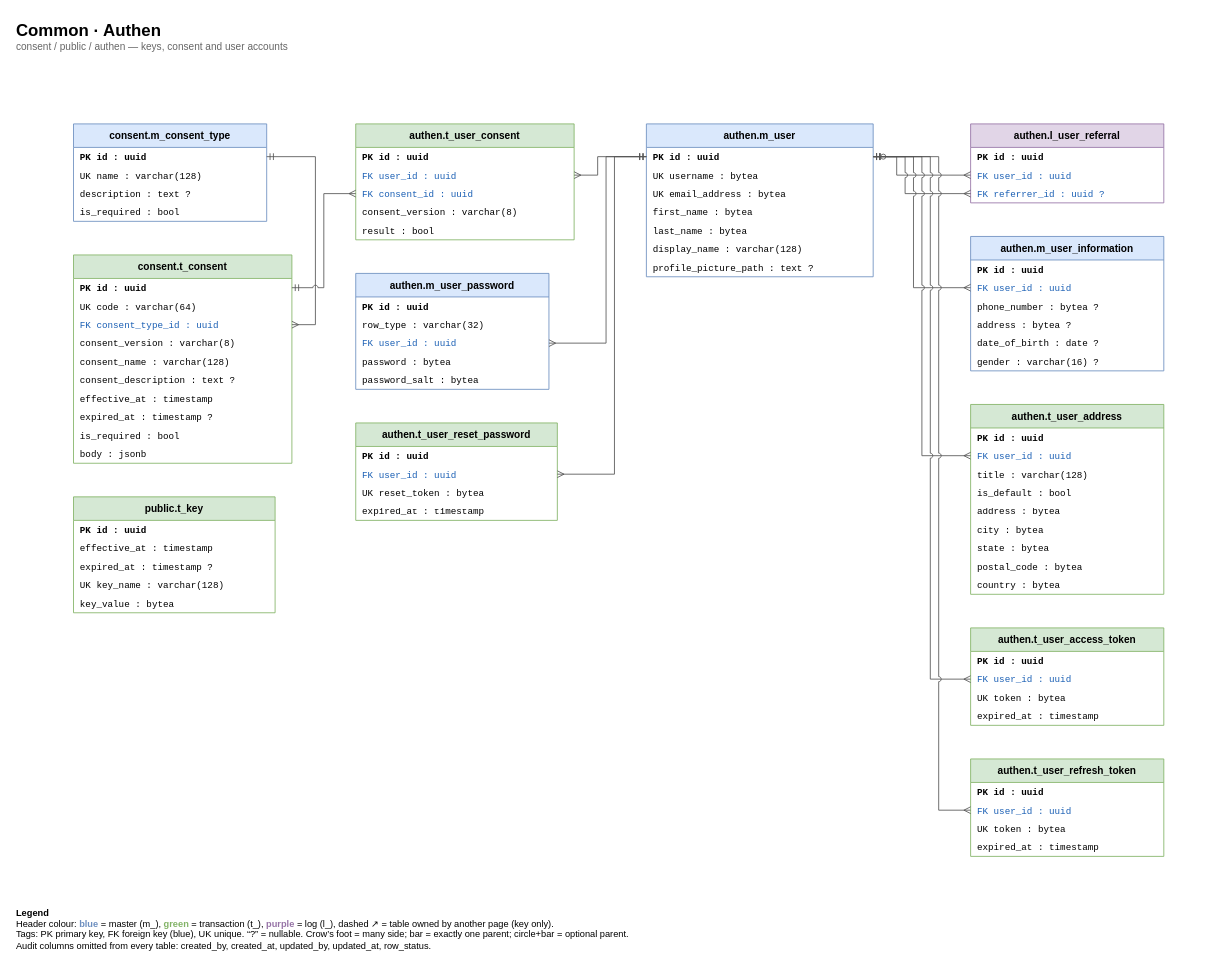
ittikornsopawan/system-analysis-and-design keeps this draw.io diagram as page "1 Common · Authen" (2 of 8) of e-commerce/db/er-diagram.drawio. Above is the earlier version. Source tidied: cells renumbered, new cells numbered last; positions are measured from the earlier drawing's top-left corner, leaving out a move shared by most shapes. Both pictures are drawn from the tidied source at 84%, with x=0, y=0 at pixel (14, 14).
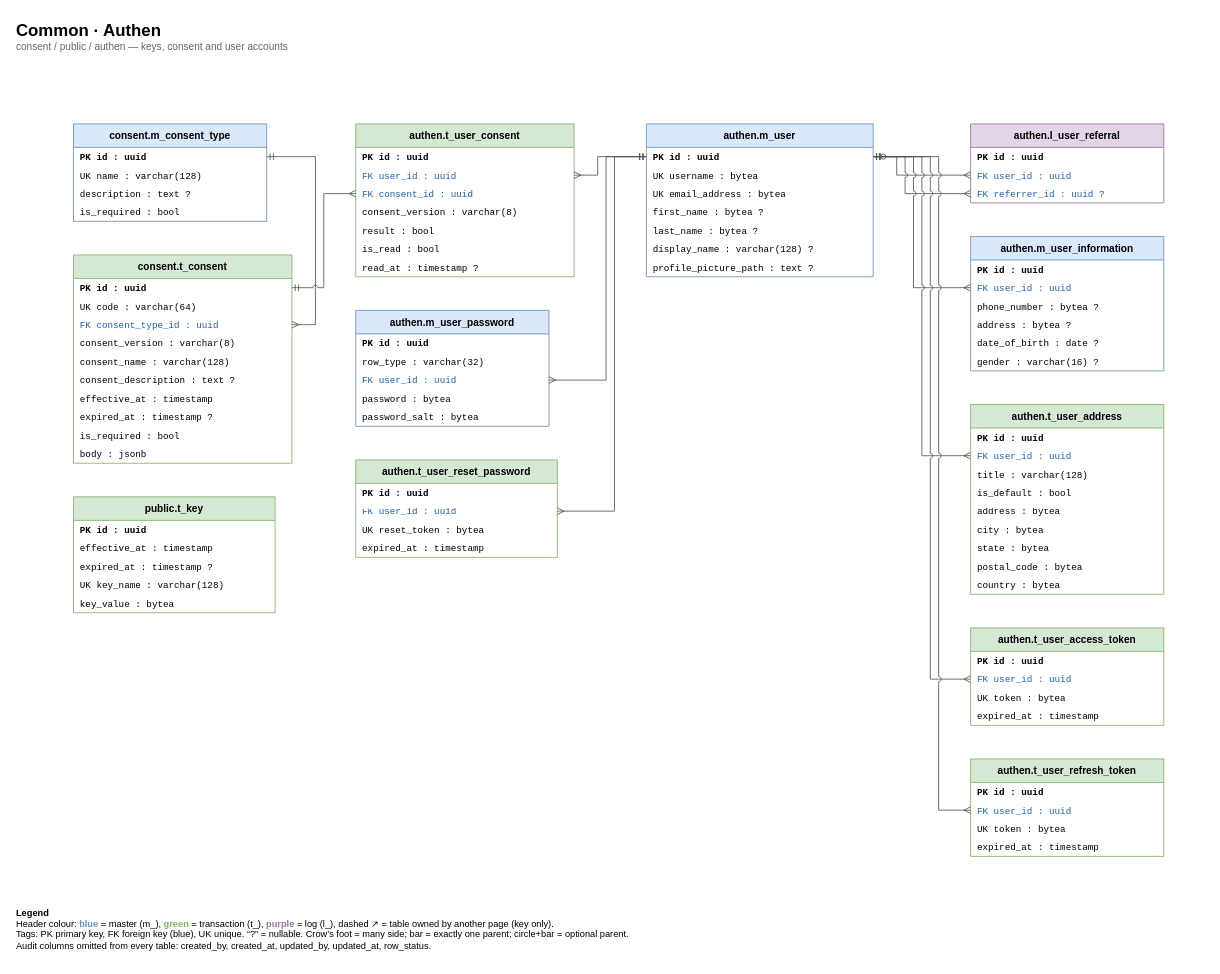
The same page after the edit.

Unchanged cells that the change refers to:
```xml
<mxCell id="34" value="FK    user_id : uuid" style="text;html=0;strokeColor=none;fillColor=none;align=left;verticalAlign=middle;spacingLeft=6;spacingRight=4;overflow=hidden;whiteSpace=nowrap;fontFamily=Courier New;fontSize=11;fontColor=#1a5fb4;" parent="31" vertex="1">
  <mxGeometry y="72" width="230" height="22" as="geometry" />
</mxCell>
<mxCell id="39" value="FK    user_id : uuid" style="text;html=0;strokeColor=none;fillColor=none;align=left;verticalAlign=middle;spacingLeft=6;spacingRight=4;overflow=hidden;whiteSpace=nowrap;fontFamily=Courier New;fontSize=11;fontColor=#1a5fb4;" parent="37" vertex="1">
  <mxGeometry y="50" width="240" height="22" as="geometry" />
</mxCell>
<mxCell id="42" value="authen.m_user" style="swimlane;fontStyle=1;horizontal=1;startSize=28;fillColor=#dae8fc;strokeColor=#6c8ebf;swimlaneFillColor=#ffffff;fontSize=12;" parent="1" vertex="1">
  <mxGeometry x="752" y="130" width="270" height="182" as="geometry" />
</mxCell>
<mxCell id="43" value="PK    id : uuid" style="text;html=0;strokeColor=none;fillColor=none;align=left;verticalAlign=middle;spacingLeft=6;spacingRight=4;overflow=hidden;whiteSpace=nowrap;fontFamily=Courier New;fontSize=11;fontStyle=1;" parent="42" vertex="1">
  <mxGeometry y="28" width="270" height="22" as="geometry" />
</mxCell>
```

What changed in the source:
```diff
@@
     <mxCell id="25" value="authen.t_user_consent" style="swimlane;fontStyle=1;horizontal=1;startSize=28;fillColor=#d5e8d4;strokeColor=#82b366;swimlaneFillColor=#ffffff;fontSize=12;" parent="1" vertex="1">
-      <mxGeometry x="406" y="130" width="260" height="138" as="geometry" />
+      <mxGeometry x="406" y="130" width="260" height="182" as="geometry" />
     </mxCell>
@@
+    <mxCell id="93" value="      is_read : bool" style="text;html=0;strokeColor=none;fillColor=none;align=left;verticalAlign=middle;spacingLeft=6;spacingRight=4;overflow=hidden;whiteSpace=nowrap;fontFamily=Courier New;fontSize=11;" parent="25" vertex="1">
+      <mxGeometry y="138" width="260" height="22" as="geometry" />
+    </mxCell>
+    <mxCell id="94" value="      read_at : timestamp ?" style="text;html=0;strokeColor=none;fillColor=none;align=left;verticalAlign=middle;spacingLeft=6;spacingRight=4;overflow=hidden;whiteSpace=nowrap;fontFamily=Courier New;fontSize=11;" parent="25" vertex="1">
+      <mxGeometry y="160" width="260" height="22" as="geometry" />
+    </mxCell>
     <mxCell id="31" value="authen.m_user_password" style="swimlane;fontStyle=1;horizontal=1;startSize=28;fillColor=#dae8fc;strokeColor=#6c8ebf;swimlaneFillColor=#ffffff;fontSize=12;" parent="1" vertex="1">
-      <mxGeometry x="406" y="308" width="230" height="138" as="geometry" />
+      <mxGeometry x="406" y="352" width="230" height="138" as="geometry" />
     </mxCell>
@@
     <mxCell id="37" value="authen.t_user_reset_password" style="swimlane;fontStyle=1;horizontal=1;startSize=28;fillColor=#d5e8d4;strokeColor=#82b366;swimlaneFillColor=#ffffff;fontSize=12;" parent="1" vertex="1">
-      <mxGeometry x="406" y="486" width="240" height="116" as="geometry" />
+      <mxGeometry x="406" y="530" width="240" height="116" as="geometry" />
     </mxCell>
@@
-    <mxCell id="46" value="      first_name : bytea" style="text;html=0;strokeColor=none;fillColor=none;align=left;verticalAlign=middle;spacingLeft=6;spacingRight=4;overflow=hidden;whiteSpace=nowrap;fontFamily=Courier New;fontSize=11;" parent="42" vertex="1">
+    <mxCell id="46" value="      first_name : bytea ?" style="text;html=0;strokeColor=none;fillColor=none;align=left;verticalAlign=middle;spacingLeft=6;spacingRight=4;overflow=hidden;whiteSpace=nowrap;fontFamily=Courier New;fontSize=11;" parent="42" vertex="1">
       <mxGeometry y="94" width="270" height="22" as="geometry" />
     </mxCell>
-    <mxCell id="47" value="      last_name : bytea" style="text;html=0;strokeColor=none;fillColor=none;align=left;verticalAlign=middle;spacingLeft=6;spacingRight=4;overflow=hidden;whiteSpace=nowrap;fontFamily=Courier New;fontSize=11;" parent="42" vertex="1">
+    <mxCell id="47" value="      last_name : bytea ?" style="text;html=0;strokeColor=none;fillColor=none;align=left;verticalAlign=middle;spacingLeft=6;spacingRight=4;overflow=hidden;whiteSpace=nowrap;fontFamily=Courier New;fontSize=11;" parent="42" vertex="1">
       <mxGeometry y="116" width="270" height="22" as="geometry" />
     </mxCell>
-    <mxCell id="48" value="      display_name : varchar(128)" style="text;html=0;strokeColor=none;fillColor=none;align=left;verticalAlign=middle;spacingLeft=6;spacingRight=4;overflow=hidden;whiteSpace=nowrap;fontFamily=Courier New;fontSize=11;" parent="42" vertex="1">
+    <mxCell id="48" value="      display_name : varchar(128) ?" style="text;html=0;strokeColor=none;fillColor=none;align=left;verticalAlign=middle;spacingLeft=6;spacingRight=4;overflow=hidden;whiteSpace=nowrap;fontFamily=Courier New;fontSize=11;" parent="42" vertex="1">
       <mxGeometry y="138" width="270" height="22" as="geometry" />
     </mxCell>
@@
     <mxCell id="84" style="html=1;rounded=0;jumpStyle=arc;jumpSize=6;startArrow=ERmany;startFill=0;endArrow=ERmandOne;endFill=0;strokeColor=#555555;exitX=1;exitY=0.5;exitDx=0;exitDy=0;entryX=0;entryY=0.5;entryDx=0;entryDy=0;" parent="1" edge="1" source="34" target="43">
       <mxGeometry relative="1" as="geometry">
         <Array as="points">
-          <mxPoint x="704" y="391" />
+          <mxPoint x="704" y="435" />
           <mxPoint x="704" y="169" />
         </Array>
       </mxGeometry>
     </mxCell>
     <mxCell id="85" style="html=1;rounded=0;jumpStyle=arc;jumpSize=6;startArrow=ERmany;startFill=0;endArrow=ERmandOne;endFill=0;strokeColor=#555555;exitX=1;exitY=0.5;exitDx=0;exitDy=0;entryX=0;entryY=0.5;entryDx=0;entryDy=0;" parent="1" edge="1" source="39" target="43">
       <mxGeometry relative="1" as="geometry">
         <Array as="points">
-          <mxPoint x="714" y="547" />
+          <mxPoint x="714" y="591" />
           <mxPoint x="714" y="169" />
         </Array>
       </mxGeometry>
     </mxCell>
```
